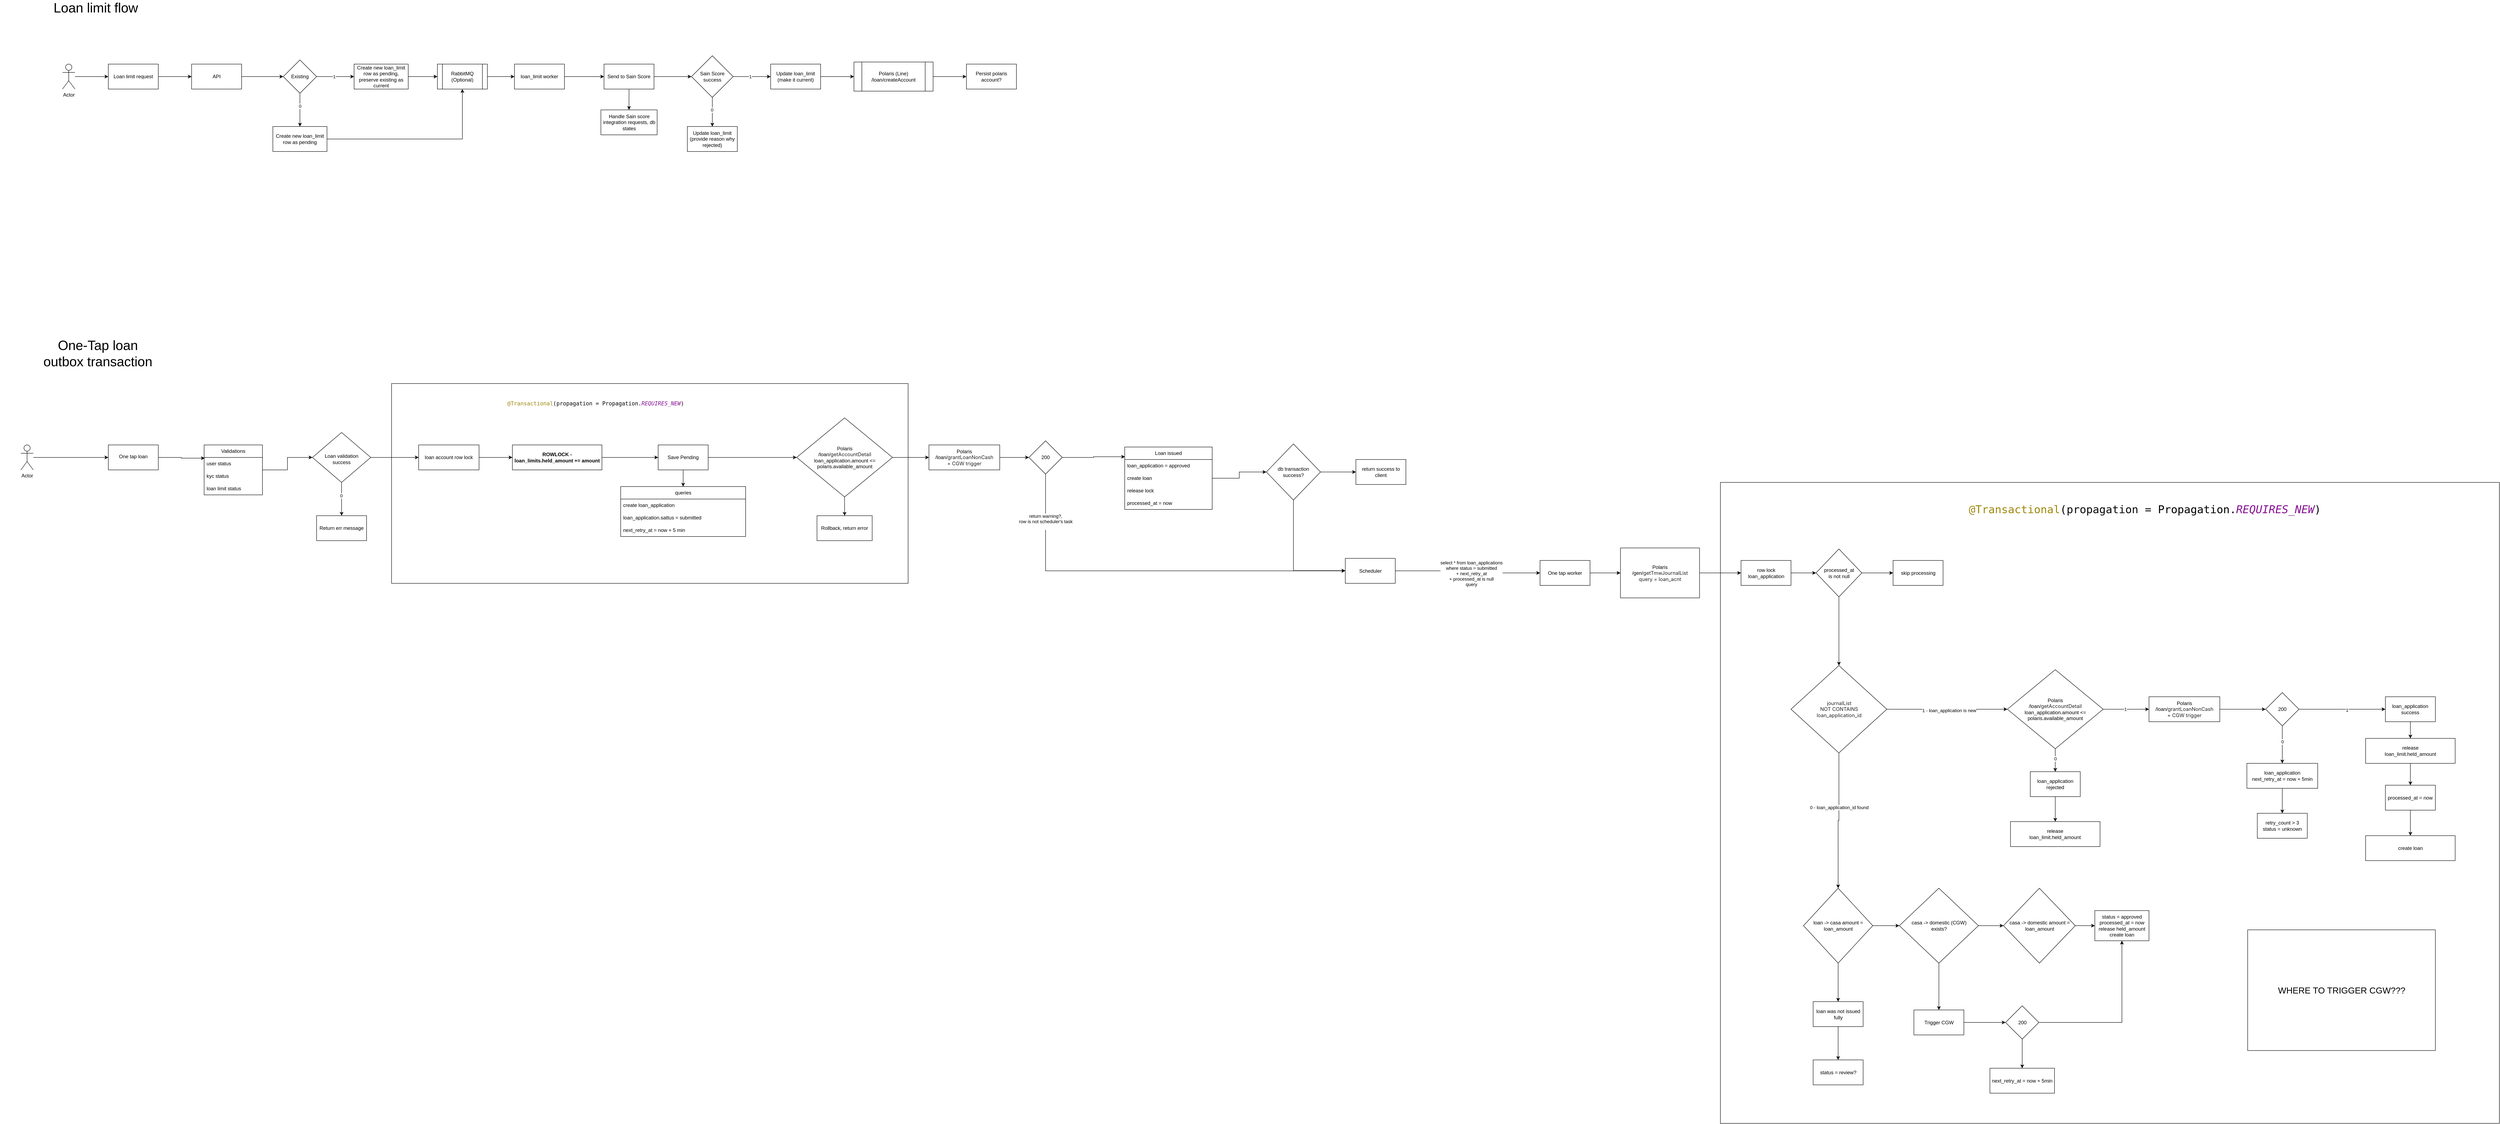
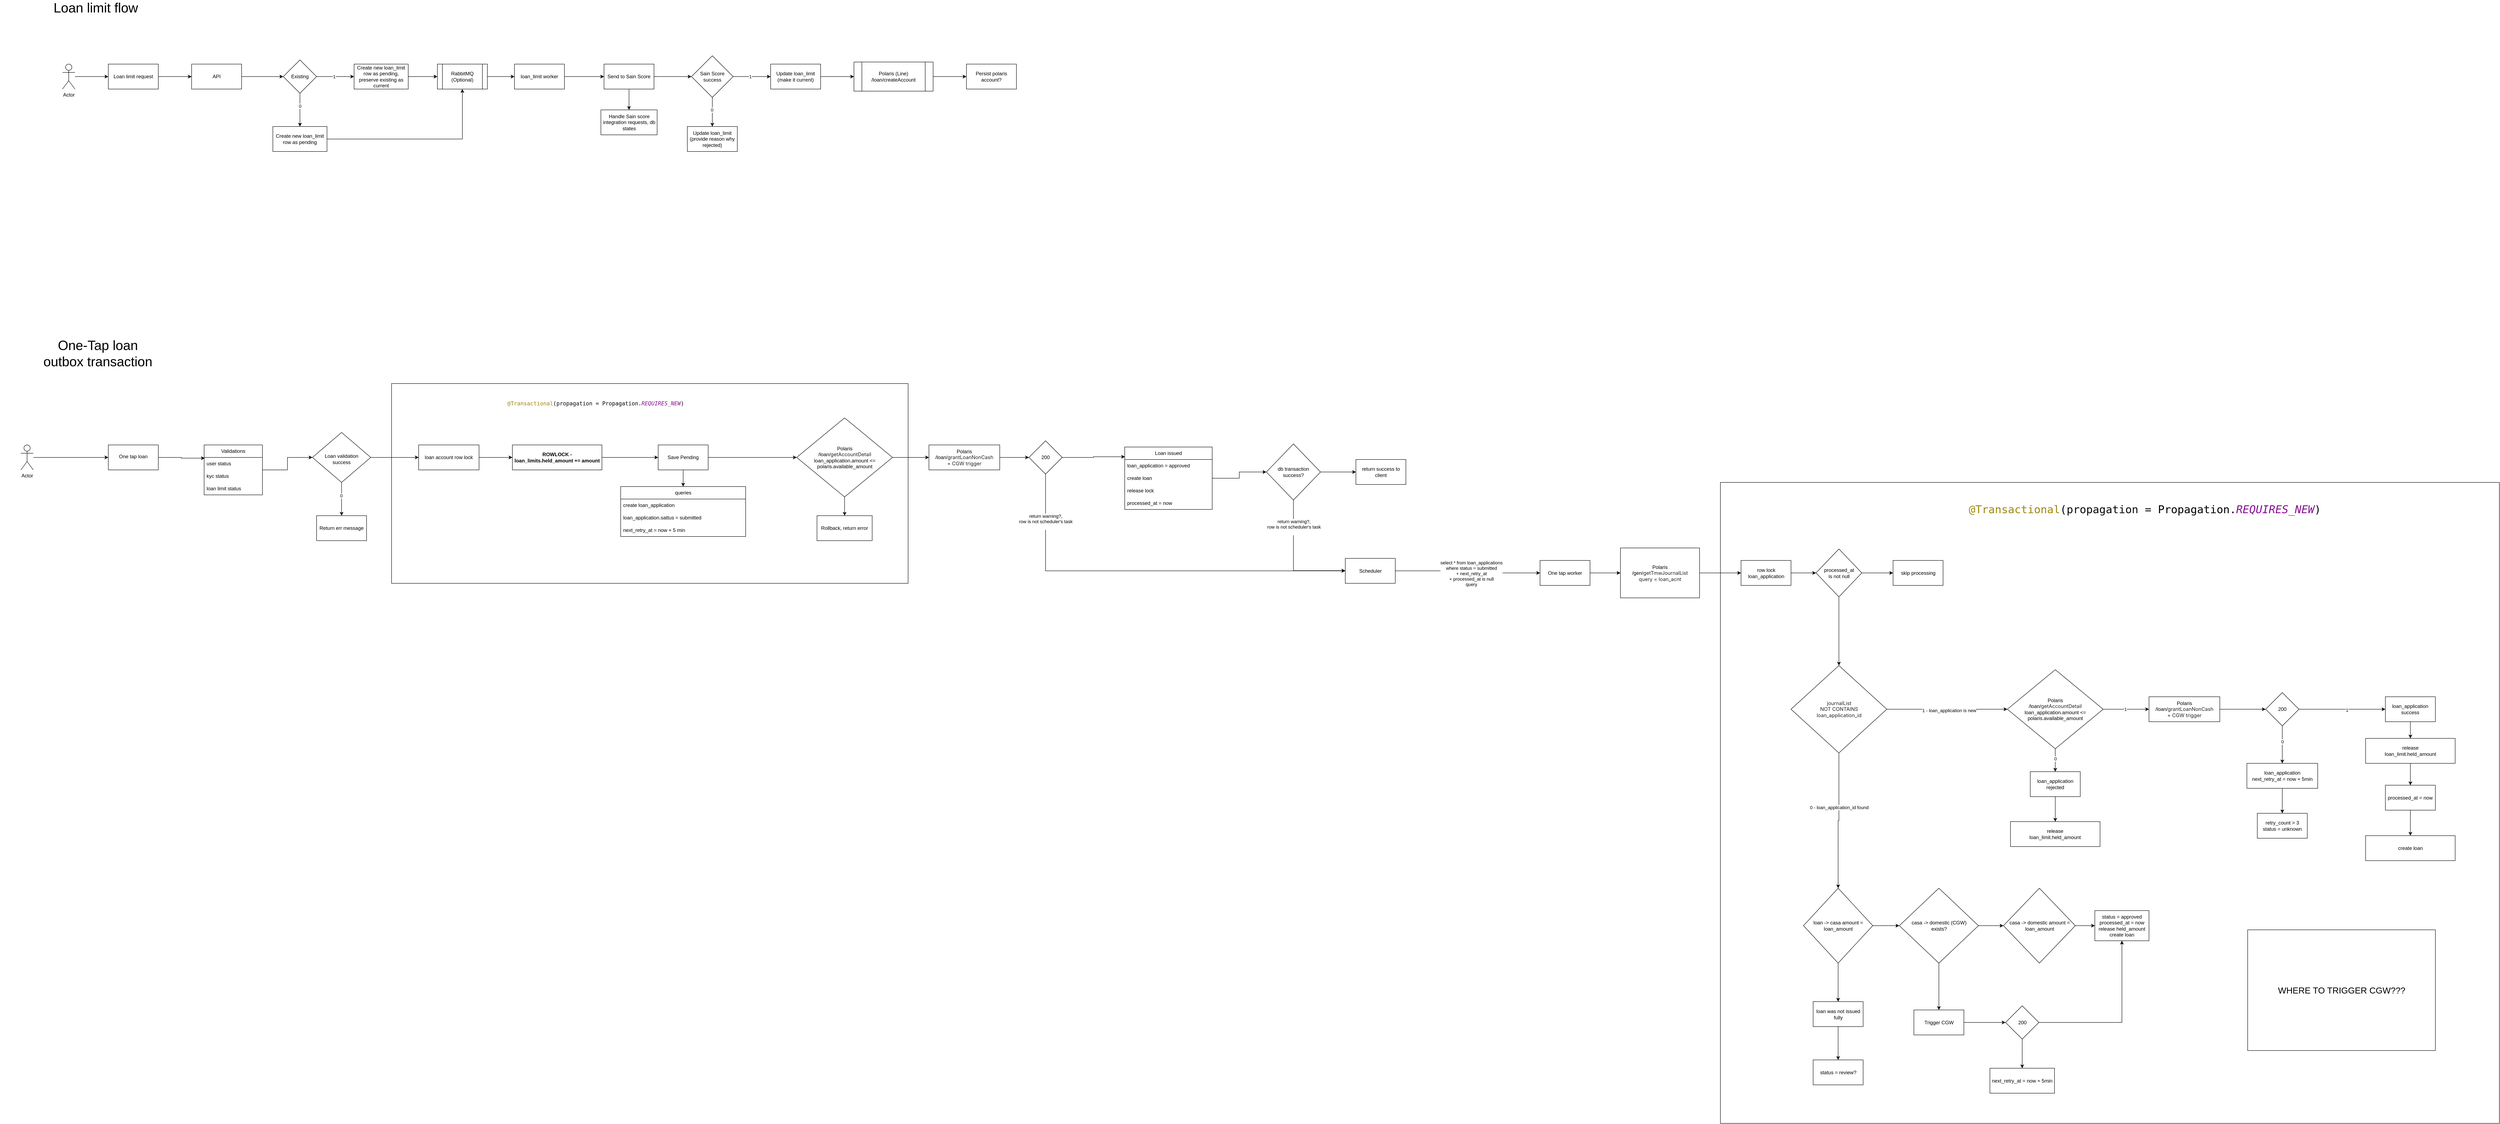
<mxfile host="app.diagrams.net">
  <diagram name="Page-1" id="VCBSuIh8bz7kurrQ0Zaz">
    <mxGraphModel dx="2425" dy="921" grid="1" gridSize="10" guides="1" tooltips="1" connect="1" arrows="1" fold="1" page="1" pageScale="1" pageWidth="850" pageHeight="1100" math="0" shadow="0">
      <root>
        <mxCell id="0" />
        <mxCell id="1" parent="0" />
        <mxCell id="In8fDh9ZLN2M87an2Miy-188" parent="1" style="rounded=0;whiteSpace=wrap;html=1;" value="" vertex="1">
          <mxGeometry height="1540" width="1870" x="4020" y="1215" as="geometry" />
        </mxCell>
        <mxCell id="In8fDh9ZLN2M87an2Miy-172" parent="1" style="rounded=0;whiteSpace=wrap;html=1;" value="" vertex="1">
          <mxGeometry height="480" width="1240" x="830" y="977.5" as="geometry" />
        </mxCell>
        <mxCell id="KqixbsF9o6dLofBvsG9t-5" edge="1" parent="1" source="KqixbsF9o6dLofBvsG9t-1" style="edgeStyle=orthogonalEdgeStyle;rounded=0;orthogonalLoop=1;jettySize=auto;html=1;" target="KqixbsF9o6dLofBvsG9t-4" value="">
          <mxGeometry relative="1" as="geometry" />
        </mxCell>
        <mxCell id="KqixbsF9o6dLofBvsG9t-1" parent="1" style="rounded=0;whiteSpace=wrap;html=1;" value="Loan limit request" vertex="1">
          <mxGeometry height="60" width="120" x="150" y="210" as="geometry" />
        </mxCell>
        <mxCell id="KqixbsF9o6dLofBvsG9t-3" edge="1" parent="1" source="KqixbsF9o6dLofBvsG9t-2" style="edgeStyle=orthogonalEdgeStyle;rounded=0;orthogonalLoop=1;jettySize=auto;html=1;" target="KqixbsF9o6dLofBvsG9t-1" value="">
          <mxGeometry relative="1" as="geometry" />
        </mxCell>
        <mxCell id="KqixbsF9o6dLofBvsG9t-2" parent="1" style="shape=umlActor;verticalLabelPosition=bottom;verticalAlign=top;html=1;outlineConnect=0;" value="Actor" vertex="1">
          <mxGeometry height="60" width="30" x="40" y="210" as="geometry" />
        </mxCell>
        <mxCell id="KqixbsF9o6dLofBvsG9t-9" edge="1" parent="1" source="KqixbsF9o6dLofBvsG9t-4" style="edgeStyle=orthogonalEdgeStyle;rounded=0;orthogonalLoop=1;jettySize=auto;html=1;" target="KqixbsF9o6dLofBvsG9t-8" value="">
          <mxGeometry relative="1" as="geometry" />
        </mxCell>
        <mxCell id="KqixbsF9o6dLofBvsG9t-4" parent="1" style="rounded=0;whiteSpace=wrap;html=1;" value="API" vertex="1">
          <mxGeometry height="60" width="120" x="350" y="210" as="geometry" />
        </mxCell>
        <mxCell id="KqixbsF9o6dLofBvsG9t-11" edge="1" parent="1" source="KqixbsF9o6dLofBvsG9t-8" style="edgeStyle=orthogonalEdgeStyle;rounded=0;orthogonalLoop=1;jettySize=auto;html=1;" target="KqixbsF9o6dLofBvsG9t-10" value="">
          <mxGeometry relative="1" as="geometry" />
        </mxCell>
        <mxCell id="KqixbsF9o6dLofBvsG9t-12" connectable="0" parent="KqixbsF9o6dLofBvsG9t-11" style="edgeLabel;html=1;align=center;verticalAlign=middle;resizable=0;points=[];" value="1" vertex="1">
          <mxGeometry relative="1" x="-0.079" as="geometry">
            <mxPoint as="offset" />
          </mxGeometry>
        </mxCell>
        <mxCell id="KqixbsF9o6dLofBvsG9t-14" edge="1" parent="1" source="KqixbsF9o6dLofBvsG9t-8" style="edgeStyle=orthogonalEdgeStyle;rounded=0;orthogonalLoop=1;jettySize=auto;html=1;" target="KqixbsF9o6dLofBvsG9t-13" value="">
          <mxGeometry relative="1" as="geometry" />
        </mxCell>
        <mxCell id="KqixbsF9o6dLofBvsG9t-15" connectable="0" parent="KqixbsF9o6dLofBvsG9t-14" style="edgeLabel;html=1;align=center;verticalAlign=middle;resizable=0;points=[];" value="0" vertex="1">
          <mxGeometry relative="1" x="-0.2407" as="geometry">
            <mxPoint as="offset" />
          </mxGeometry>
        </mxCell>
        <mxCell id="KqixbsF9o6dLofBvsG9t-8" parent="1" style="rhombus;whiteSpace=wrap;html=1;rounded=0;" value="Existing" vertex="1">
          <mxGeometry height="80" width="80" x="570" y="200" as="geometry" />
        </mxCell>
        <mxCell id="KqixbsF9o6dLofBvsG9t-23" edge="1" parent="1" source="KqixbsF9o6dLofBvsG9t-10" style="edgeStyle=orthogonalEdgeStyle;rounded=0;orthogonalLoop=1;jettySize=auto;html=1;" target="KqixbsF9o6dLofBvsG9t-22" value="">
          <mxGeometry relative="1" as="geometry" />
        </mxCell>
        <mxCell id="KqixbsF9o6dLofBvsG9t-10" parent="1" style="whiteSpace=wrap;html=1;rounded=0;" value="Create new loan_limit row as pending, preserve existing as current" vertex="1">
          <mxGeometry height="60" width="130" x="740" y="210" as="geometry" />
        </mxCell>
        <mxCell id="KqixbsF9o6dLofBvsG9t-26" edge="1" parent="1" source="KqixbsF9o6dLofBvsG9t-13" style="edgeStyle=orthogonalEdgeStyle;rounded=0;orthogonalLoop=1;jettySize=auto;html=1;entryX=0.5;entryY=1;entryDx=0;entryDy=0;" target="KqixbsF9o6dLofBvsG9t-22">
          <mxGeometry relative="1" as="geometry" />
        </mxCell>
        <mxCell id="KqixbsF9o6dLofBvsG9t-13" parent="1" style="whiteSpace=wrap;html=1;rounded=0;" value="Create new loan_limit row as pending" vertex="1">
          <mxGeometry height="60" width="130" x="545" y="360" as="geometry" />
        </mxCell>
        <mxCell id="KqixbsF9o6dLofBvsG9t-25" edge="1" parent="1" source="KqixbsF9o6dLofBvsG9t-22" style="edgeStyle=orthogonalEdgeStyle;rounded=0;orthogonalLoop=1;jettySize=auto;html=1;" target="KqixbsF9o6dLofBvsG9t-24" value="">
          <mxGeometry relative="1" as="geometry" />
        </mxCell>
        <mxCell id="KqixbsF9o6dLofBvsG9t-22" parent="1" style="shape=process;whiteSpace=wrap;html=1;backgroundOutline=1;rounded=0;" value="RabbitMQ (Optional)" vertex="1">
          <mxGeometry height="60" width="120" x="940" y="210" as="geometry" />
        </mxCell>
        <mxCell id="KqixbsF9o6dLofBvsG9t-28" edge="1" parent="1" source="KqixbsF9o6dLofBvsG9t-24" style="edgeStyle=orthogonalEdgeStyle;rounded=0;orthogonalLoop=1;jettySize=auto;html=1;" target="KqixbsF9o6dLofBvsG9t-27" value="">
          <mxGeometry relative="1" as="geometry" />
        </mxCell>
        <mxCell id="KqixbsF9o6dLofBvsG9t-24" parent="1" style="whiteSpace=wrap;html=1;rounded=0;" value="loan_limit worker" vertex="1">
          <mxGeometry height="60" width="120" x="1125" y="210" as="geometry" />
        </mxCell>
        <mxCell id="KqixbsF9o6dLofBvsG9t-30" edge="1" parent="1" source="KqixbsF9o6dLofBvsG9t-27" style="edgeStyle=orthogonalEdgeStyle;rounded=0;orthogonalLoop=1;jettySize=auto;html=1;" target="KqixbsF9o6dLofBvsG9t-29" value="">
          <mxGeometry relative="1" as="geometry" />
        </mxCell>
        <mxCell id="KqixbsF9o6dLofBvsG9t-38" edge="1" parent="1" source="KqixbsF9o6dLofBvsG9t-27" style="edgeStyle=orthogonalEdgeStyle;rounded=0;orthogonalLoop=1;jettySize=auto;html=1;" target="KqixbsF9o6dLofBvsG9t-37" value="">
          <mxGeometry relative="1" as="geometry" />
        </mxCell>
        <mxCell id="KqixbsF9o6dLofBvsG9t-27" parent="1" style="whiteSpace=wrap;html=1;rounded=0;" value="Send to Sain Score" vertex="1">
          <mxGeometry height="60" width="120" x="1340" y="210" as="geometry" />
        </mxCell>
        <mxCell id="KqixbsF9o6dLofBvsG9t-32" edge="1" parent="1" source="KqixbsF9o6dLofBvsG9t-29" style="edgeStyle=orthogonalEdgeStyle;rounded=0;orthogonalLoop=1;jettySize=auto;html=1;" target="KqixbsF9o6dLofBvsG9t-31" value="">
          <mxGeometry relative="1" as="geometry" />
        </mxCell>
        <mxCell id="KqixbsF9o6dLofBvsG9t-33" connectable="0" parent="KqixbsF9o6dLofBvsG9t-32" style="edgeLabel;html=1;align=center;verticalAlign=middle;resizable=0;points=[];" value="1" vertex="1">
          <mxGeometry relative="1" x="-0.1048" as="geometry">
            <mxPoint as="offset" />
          </mxGeometry>
        </mxCell>
        <mxCell id="KqixbsF9o6dLofBvsG9t-35" edge="1" parent="1" source="KqixbsF9o6dLofBvsG9t-29" style="edgeStyle=orthogonalEdgeStyle;rounded=0;orthogonalLoop=1;jettySize=auto;html=1;" target="KqixbsF9o6dLofBvsG9t-34" value="">
          <mxGeometry relative="1" as="geometry" />
        </mxCell>
        <mxCell id="KqixbsF9o6dLofBvsG9t-36" connectable="0" parent="KqixbsF9o6dLofBvsG9t-35" style="edgeLabel;html=1;align=center;verticalAlign=middle;resizable=0;points=[];" value="0" vertex="1">
          <mxGeometry relative="1" x="-0.1429" y="-1" as="geometry">
            <mxPoint as="offset" />
          </mxGeometry>
        </mxCell>
        <mxCell id="KqixbsF9o6dLofBvsG9t-29" parent="1" style="rhombus;whiteSpace=wrap;html=1;rounded=0;" value="Sain Score success" vertex="1">
          <mxGeometry height="100" width="100" x="1550" y="190" as="geometry" />
        </mxCell>
        <mxCell id="KqixbsF9o6dLofBvsG9t-66" edge="1" parent="1" source="KqixbsF9o6dLofBvsG9t-31" style="edgeStyle=orthogonalEdgeStyle;rounded=0;orthogonalLoop=1;jettySize=auto;html=1;" target="KqixbsF9o6dLofBvsG9t-65" value="">
          <mxGeometry relative="1" as="geometry" />
        </mxCell>
        <mxCell id="KqixbsF9o6dLofBvsG9t-31" parent="1" style="whiteSpace=wrap;html=1;rounded=0;" value="Update loan_limit (make it current)" vertex="1">
          <mxGeometry height="60" width="120" x="1740" y="210" as="geometry" />
        </mxCell>
        <mxCell id="KqixbsF9o6dLofBvsG9t-34" parent="1" style="whiteSpace=wrap;html=1;rounded=0;" value="Update loan_limit&lt;br&gt;(provide reason why rejected)" vertex="1">
          <mxGeometry height="60" width="120" x="1540" y="360" as="geometry" />
        </mxCell>
        <mxCell id="KqixbsF9o6dLofBvsG9t-37" parent="1" style="whiteSpace=wrap;html=1;rounded=0;" value="Handle Sain score integration requests, db states" vertex="1">
          <mxGeometry height="60" width="135" x="1332.5" y="320" as="geometry" />
        </mxCell>
        <mxCell id="KqixbsF9o6dLofBvsG9t-40" parent="1" style="text;html=1;whiteSpace=wrap;strokeColor=none;fillColor=none;align=center;verticalAlign=middle;rounded=0;fontSize=32;" value="Loan limit flow" vertex="1">
          <mxGeometry height="30" width="260" x="-10" y="60" as="geometry" />
        </mxCell>
        <mxCell id="KqixbsF9o6dLofBvsG9t-74" edge="1" parent="1" source="KqixbsF9o6dLofBvsG9t-65" style="edgeStyle=orthogonalEdgeStyle;rounded=0;orthogonalLoop=1;jettySize=auto;html=1;" target="KqixbsF9o6dLofBvsG9t-73" value="">
          <mxGeometry relative="1" as="geometry" />
        </mxCell>
        <mxCell id="KqixbsF9o6dLofBvsG9t-65" parent="1" style="shape=process;whiteSpace=wrap;html=1;backgroundOutline=1;rounded=0;" value="Polaris (Line)&lt;br&gt;/loan/createAccount" vertex="1">
          <mxGeometry height="70" width="190" x="1940" y="205" as="geometry" />
        </mxCell>
        <mxCell id="KqixbsF9o6dLofBvsG9t-73" parent="1" style="whiteSpace=wrap;html=1;rounded=0;" value="Persist polaris account?" vertex="1">
          <mxGeometry height="60" width="120" x="2210" y="210" as="geometry" />
        </mxCell>
        <mxCell id="U8Ajh8Gpa-m2DNKNFQys-1" parent="1" style="text;html=1;whiteSpace=wrap;strokeColor=none;fillColor=none;align=center;verticalAlign=middle;rounded=0;fontSize=32;" value="One-Tap loan&lt;br&gt;outbox transaction" vertex="1">
          <mxGeometry height="30" width="470" x="-110" y="890" as="geometry" />
        </mxCell>
        <mxCell id="In8fDh9ZLN2M87an2Miy-1" edge="1" parent="1" source="In8fDh9ZLN2M87an2Miy-2" style="edgeStyle=orthogonalEdgeStyle;rounded=0;orthogonalLoop=1;jettySize=auto;html=1;" target="In8fDh9ZLN2M87an2Miy-4" value="">
          <mxGeometry relative="1" as="geometry" />
        </mxCell>
        <mxCell id="In8fDh9ZLN2M87an2Miy-2" parent="1" style="shape=umlActor;verticalLabelPosition=bottom;verticalAlign=top;html=1;outlineConnect=0;" value="Actor" vertex="1">
          <mxGeometry height="60" width="30" x="-60" y="1125" as="geometry" />
        </mxCell>
        <mxCell id="In8fDh9ZLN2M87an2Miy-3" edge="1" parent="1" source="In8fDh9ZLN2M87an2Miy-4" style="edgeStyle=orthogonalEdgeStyle;rounded=0;orthogonalLoop=1;jettySize=auto;html=1;entryX=0.011;entryY=0.06;entryDx=0;entryDy=0;entryPerimeter=0;" target="In8fDh9ZLN2M87an2Miy-28" value="">
          <mxGeometry relative="1" as="geometry">
            <mxPoint x="360" y="1155" as="targetPoint" />
          </mxGeometry>
        </mxCell>
        <mxCell id="In8fDh9ZLN2M87an2Miy-4" parent="1" style="whiteSpace=wrap;html=1;verticalAlign=top;" value="&lt;div&gt;&lt;br&gt;&lt;/div&gt;&lt;div&gt;One tap loan&lt;/div&gt;" vertex="1">
          <mxGeometry height="60" width="120" x="150" y="1125" as="geometry" />
        </mxCell>
        <mxCell id="In8fDh9ZLN2M87an2Miy-7" edge="1" parent="1" source="In8fDh9ZLN2M87an2Miy-9" style="edgeStyle=orthogonalEdgeStyle;rounded=0;orthogonalLoop=1;jettySize=auto;html=1;" target="In8fDh9ZLN2M87an2Miy-13" value="">
          <mxGeometry relative="1" as="geometry" />
        </mxCell>
        <mxCell id="In8fDh9ZLN2M87an2Miy-8" connectable="0" parent="In8fDh9ZLN2M87an2Miy-7" style="edgeLabel;html=1;align=center;verticalAlign=middle;resizable=0;points=[];" value="0" vertex="1">
          <mxGeometry relative="1" x="-0.2091" y="-1" as="geometry">
            <mxPoint as="offset" />
          </mxGeometry>
        </mxCell>
        <mxCell id="In8fDh9ZLN2M87an2Miy-163" edge="1" parent="1" source="In8fDh9ZLN2M87an2Miy-9" style="edgeStyle=orthogonalEdgeStyle;rounded=0;orthogonalLoop=1;jettySize=auto;html=1;entryX=0;entryY=0.5;entryDx=0;entryDy=0;" target="In8fDh9ZLN2M87an2Miy-161">
          <mxGeometry relative="1" as="geometry" />
        </mxCell>
        <mxCell id="In8fDh9ZLN2M87an2Miy-9" parent="1" style="rhombus;whiteSpace=wrap;html=1;verticalAlign=top;" value="&lt;br&gt;&lt;br&gt;&lt;div&gt;&lt;br&gt;&lt;/div&gt;&lt;div&gt;Loan validation&lt;br&gt;success&lt;/div&gt;" vertex="1">
          <mxGeometry height="120" width="140" x="640" y="1095" as="geometry" />
        </mxCell>
        <mxCell id="In8fDh9ZLN2M87an2Miy-10" edge="1" parent="1" source="In8fDh9ZLN2M87an2Miy-12" style="edgeStyle=orthogonalEdgeStyle;rounded=0;orthogonalLoop=1;jettySize=auto;html=1;entryX=0.5;entryY=0;entryDx=0;entryDy=0;" target="In8fDh9ZLN2M87an2Miy-14">
          <mxGeometry relative="1" as="geometry" />
        </mxCell>
        <mxCell id="In8fDh9ZLN2M87an2Miy-54" edge="1" parent="1" source="In8fDh9ZLN2M87an2Miy-105" style="edgeStyle=orthogonalEdgeStyle;rounded=0;orthogonalLoop=1;jettySize=auto;html=1;exitX=1;exitY=0.5;exitDx=0;exitDy=0;" target="In8fDh9ZLN2M87an2Miy-53" value="">
          <mxGeometry relative="1" as="geometry">
            <mxPoint x="3329.5" y="1432.5" as="sourcePoint" />
          </mxGeometry>
        </mxCell>
        <mxCell id="In8fDh9ZLN2M87an2Miy-55" connectable="0" parent="In8fDh9ZLN2M87an2Miy-54" style="edgeLabel;html=1;align=center;verticalAlign=middle;resizable=0;points=[];" value="select * from loan_applications&lt;br&gt;where status = submitted&lt;br&gt;+ next_retry_at&lt;br&gt;+ processed_at is null&lt;br&gt;query" vertex="1">
          <mxGeometry relative="1" x="0.0637" y="-1" as="geometry">
            <mxPoint as="offset" />
          </mxGeometry>
        </mxCell>
        <mxCell id="In8fDh9ZLN2M87an2Miy-173" edge="1" parent="1" source="In8fDh9ZLN2M87an2Miy-12" style="edgeStyle=orthogonalEdgeStyle;rounded=0;orthogonalLoop=1;jettySize=auto;html=1;entryX=0;entryY=0.5;entryDx=0;entryDy=0;" target="In8fDh9ZLN2M87an2Miy-152">
          <mxGeometry relative="1" as="geometry" />
        </mxCell>
        <mxCell id="In8fDh9ZLN2M87an2Miy-12" parent="1" style="whiteSpace=wrap;html=1;verticalAlign=middle;" value="Save Pending" vertex="1">
          <mxGeometry height="60" width="120" x="1470" y="1125" as="geometry" />
        </mxCell>
        <mxCell id="In8fDh9ZLN2M87an2Miy-13" parent="1" style="whiteSpace=wrap;html=1;verticalAlign=middle;" value="Return err message" vertex="1">
          <mxGeometry height="60" width="120" x="650" y="1295" as="geometry" />
        </mxCell>
        <mxCell id="In8fDh9ZLN2M87an2Miy-14" parent="1" style="swimlane;fontStyle=0;childLayout=stackLayout;horizontal=1;startSize=30;horizontalStack=0;resizeParent=1;resizeParentMax=0;resizeLast=0;collapsible=1;marginBottom=0;whiteSpace=wrap;html=1;" value="queries" vertex="1">
          <mxGeometry height="120" width="300" x="1380" y="1225" as="geometry" />
        </mxCell>
        <mxCell id="In8fDh9ZLN2M87an2Miy-15" parent="In8fDh9ZLN2M87an2Miy-14" style="text;strokeColor=none;fillColor=none;align=left;verticalAlign=middle;spacingLeft=4;spacingRight=4;overflow=hidden;points=[[0,0.5],[1,0.5]];portConstraint=eastwest;rotatable=0;whiteSpace=wrap;html=1;" value="create loan_application" vertex="1">
          <mxGeometry height="30" width="300" y="30" as="geometry" />
        </mxCell>
        <mxCell id="In8fDh9ZLN2M87an2Miy-104" parent="In8fDh9ZLN2M87an2Miy-14" style="text;strokeColor=none;fillColor=none;align=left;verticalAlign=middle;spacingLeft=4;spacingRight=4;overflow=hidden;points=[[0,0.5],[1,0.5]];portConstraint=eastwest;rotatable=0;whiteSpace=wrap;html=1;" value="loan_application.sattus = submitted" vertex="1">
          <mxGeometry height="30" width="300" y="60" as="geometry" />
        </mxCell>
        <mxCell id="In8fDh9ZLN2M87an2Miy-17" parent="In8fDh9ZLN2M87an2Miy-14" style="text;strokeColor=none;fillColor=none;align=left;verticalAlign=middle;spacingLeft=4;spacingRight=4;overflow=hidden;points=[[0,0.5],[1,0.5]];portConstraint=eastwest;rotatable=0;whiteSpace=wrap;html=1;" value="next_retry_at = now + 5 min" vertex="1">
          <mxGeometry height="30" width="300" y="90" as="geometry" />
        </mxCell>
        <mxCell id="In8fDh9ZLN2M87an2Miy-32" edge="1" parent="1" source="In8fDh9ZLN2M87an2Miy-27" style="edgeStyle=orthogonalEdgeStyle;rounded=0;orthogonalLoop=1;jettySize=auto;html=1;entryX=0;entryY=0.5;entryDx=0;entryDy=0;" target="In8fDh9ZLN2M87an2Miy-9">
          <mxGeometry relative="1" as="geometry" />
        </mxCell>
        <mxCell id="In8fDh9ZLN2M87an2Miy-27" parent="1" style="swimlane;fontStyle=0;childLayout=stackLayout;horizontal=1;startSize=30;horizontalStack=0;resizeParent=1;resizeParentMax=0;resizeLast=0;collapsible=1;marginBottom=0;whiteSpace=wrap;html=1;" value="Validations" vertex="1">
          <mxGeometry height="120" width="140" x="380" y="1125" as="geometry" />
        </mxCell>
        <mxCell id="In8fDh9ZLN2M87an2Miy-28" parent="In8fDh9ZLN2M87an2Miy-27" style="text;strokeColor=none;fillColor=none;align=left;verticalAlign=middle;spacingLeft=4;spacingRight=4;overflow=hidden;points=[[0,0.5],[1,0.5]];portConstraint=eastwest;rotatable=0;whiteSpace=wrap;html=1;" value="user status" vertex="1">
          <mxGeometry height="30" width="140" y="30" as="geometry" />
        </mxCell>
        <mxCell id="In8fDh9ZLN2M87an2Miy-29" parent="In8fDh9ZLN2M87an2Miy-27" style="text;strokeColor=none;fillColor=none;align=left;verticalAlign=middle;spacingLeft=4;spacingRight=4;overflow=hidden;points=[[0,0.5],[1,0.5]];portConstraint=eastwest;rotatable=0;whiteSpace=wrap;html=1;" value="kyc status" vertex="1">
          <mxGeometry height="30" width="140" y="60" as="geometry" />
        </mxCell>
        <mxCell id="In8fDh9ZLN2M87an2Miy-33" parent="In8fDh9ZLN2M87an2Miy-27" style="text;strokeColor=none;fillColor=none;align=left;verticalAlign=middle;spacingLeft=4;spacingRight=4;overflow=hidden;points=[[0,0.5],[1,0.5]];portConstraint=eastwest;rotatable=0;whiteSpace=wrap;html=1;" value="loan limit status" vertex="1">
          <mxGeometry height="30" width="140" y="90" as="geometry" />
        </mxCell>
        <mxCell id="In8fDh9ZLN2M87an2Miy-116" edge="1" parent="1" source="In8fDh9ZLN2M87an2Miy-53" style="edgeStyle=orthogonalEdgeStyle;rounded=0;orthogonalLoop=1;jettySize=auto;html=1;entryX=0;entryY=0.5;entryDx=0;entryDy=0;" target="In8fDh9ZLN2M87an2Miy-68">
          <mxGeometry relative="1" as="geometry" />
        </mxCell>
        <mxCell id="In8fDh9ZLN2M87an2Miy-53" parent="1" style="whiteSpace=wrap;html=1;" value="One tap worker" vertex="1">
          <mxGeometry height="60" width="120" x="3587" y="1402.5" as="geometry" />
        </mxCell>
        <mxCell id="In8fDh9ZLN2M87an2Miy-67" edge="1" parent="1" source="In8fDh9ZLN2M87an2Miy-58" style="edgeStyle=orthogonalEdgeStyle;rounded=0;orthogonalLoop=1;jettySize=auto;html=1;entryX=0;entryY=0.5;entryDx=0;entryDy=0;" target="In8fDh9ZLN2M87an2Miy-66" value="">
          <mxGeometry relative="1" as="geometry">
            <mxPoint x="5343.87" y="1760" as="targetPoint" />
          </mxGeometry>
        </mxCell>
        <mxCell id="In8fDh9ZLN2M87an2Miy-58" parent="1" style="whiteSpace=wrap;html=1;" value="Polaris /loan/&lt;span style=&quot;color: rgb(33, 33, 33); font-family: Inter, system-ui, -apple-system, &amp;quot;system-ui&amp;quot;, &amp;quot;Segoe UI&amp;quot;, Roboto, Oxygen, Ubuntu, Cantarell, &amp;quot;Fira Sans&amp;quot;, &amp;quot;Droid Sans&amp;quot;, Helvetica, Arial, sans-serif; text-align: left; white-space: pre-wrap; background-color: rgb(255, 255, 255);&quot;&gt;grantLoanNonCash&lt;br/&gt;+ CGW trigger&lt;/span&gt;" vertex="1">
          <mxGeometry height="60" width="170" x="5048.87" y="1730" as="geometry" />
        </mxCell>
        <mxCell id="In8fDh9ZLN2M87an2Miy-62" edge="1" parent="1" source="In8fDh9ZLN2M87an2Miy-59" style="edgeStyle=orthogonalEdgeStyle;rounded=0;orthogonalLoop=1;jettySize=auto;html=1;" target="In8fDh9ZLN2M87an2Miy-61" value="">
          <mxGeometry relative="1" as="geometry" />
        </mxCell>
        <mxCell id="In8fDh9ZLN2M87an2Miy-91" connectable="0" parent="In8fDh9ZLN2M87an2Miy-62" style="edgeLabel;html=1;align=center;verticalAlign=middle;resizable=0;points=[];" value="0" vertex="1">
          <mxGeometry relative="1" x="-0.1431" as="geometry">
            <mxPoint as="offset" />
          </mxGeometry>
        </mxCell>
        <mxCell id="In8fDh9ZLN2M87an2Miy-65" edge="1" parent="1" source="In8fDh9ZLN2M87an2Miy-59" style="edgeStyle=orthogonalEdgeStyle;rounded=0;orthogonalLoop=1;jettySize=auto;html=1;" target="In8fDh9ZLN2M87an2Miy-58">
          <mxGeometry relative="1" as="geometry" />
        </mxCell>
        <mxCell id="In8fDh9ZLN2M87an2Miy-90" connectable="0" parent="In8fDh9ZLN2M87an2Miy-65" style="edgeLabel;html=1;align=center;verticalAlign=middle;resizable=0;points=[];" value="1" vertex="1">
          <mxGeometry relative="1" x="-0.0451" as="geometry">
            <mxPoint as="offset" />
          </mxGeometry>
        </mxCell>
        <mxCell id="In8fDh9ZLN2M87an2Miy-59" parent="1" style="rhombus;whiteSpace=wrap;html=1;" value="Polaris&lt;br&gt;/loan/&lt;span style=&quot;color: rgb(33, 33, 33); font-family: Inter, system-ui, -apple-system, &amp;quot;system-ui&amp;quot;, &amp;quot;Segoe UI&amp;quot;, Roboto, Oxygen, Ubuntu, Cantarell, &amp;quot;Fira Sans&amp;quot;, &amp;quot;Droid Sans&amp;quot;, Helvetica, Arial, sans-serif; text-align: left; white-space: pre-wrap; background-color: rgb(255, 255, 255);&quot;&gt;getAccountDetail&lt;/span&gt;&lt;br&gt;loan_application.amount &amp;lt;= polaris.available_amount" vertex="1">
          <mxGeometry height="190" width="230" x="4708.87" y="1665" as="geometry" />
        </mxCell>
        <mxCell id="In8fDh9ZLN2M87an2Miy-64" edge="1" parent="1" source="In8fDh9ZLN2M87an2Miy-61" style="edgeStyle=orthogonalEdgeStyle;rounded=0;orthogonalLoop=1;jettySize=auto;html=1;" target="In8fDh9ZLN2M87an2Miy-63" value="">
          <mxGeometry relative="1" as="geometry" />
        </mxCell>
        <mxCell id="In8fDh9ZLN2M87an2Miy-61" parent="1" style="whiteSpace=wrap;html=1;" value="loan_application&lt;br&gt;rejected" vertex="1">
          <mxGeometry height="60" width="120" x="4763.87" y="1910" as="geometry" />
        </mxCell>
        <mxCell id="In8fDh9ZLN2M87an2Miy-63" parent="1" style="whiteSpace=wrap;html=1;" value="release &lt;br&gt;loan_limit.held_amount" vertex="1">
          <mxGeometry height="60" width="215" x="4716.37" y="2030" as="geometry" />
        </mxCell>
        <mxCell id="In8fDh9ZLN2M87an2Miy-81" edge="1" parent="1" source="In8fDh9ZLN2M87an2Miy-66" style="edgeStyle=orthogonalEdgeStyle;rounded=0;orthogonalLoop=1;jettySize=auto;html=1;entryX=0;entryY=0.5;entryDx=0;entryDy=0;" target="In8fDh9ZLN2M87an2Miy-79">
          <mxGeometry relative="1" as="geometry" />
        </mxCell>
        <mxCell id="In8fDh9ZLN2M87an2Miy-92" connectable="0" parent="In8fDh9ZLN2M87an2Miy-81" style="edgeLabel;html=1;align=center;verticalAlign=middle;resizable=0;points=[];" value="1" vertex="1">
          <mxGeometry relative="1" x="0.1055" y="-2" as="geometry">
            <mxPoint as="offset" />
          </mxGeometry>
        </mxCell>
        <mxCell id="In8fDh9ZLN2M87an2Miy-83" edge="1" parent="1" source="In8fDh9ZLN2M87an2Miy-66" style="edgeStyle=orthogonalEdgeStyle;rounded=0;orthogonalLoop=1;jettySize=auto;html=1;" target="In8fDh9ZLN2M87an2Miy-82" value="">
          <mxGeometry relative="1" as="geometry" />
        </mxCell>
        <mxCell id="In8fDh9ZLN2M87an2Miy-93" connectable="0" parent="In8fDh9ZLN2M87an2Miy-83" style="edgeLabel;html=1;align=center;verticalAlign=middle;resizable=0;points=[];" value="0" vertex="1">
          <mxGeometry relative="1" x="-0.1623" as="geometry">
            <mxPoint as="offset" />
          </mxGeometry>
        </mxCell>
        <mxCell id="In8fDh9ZLN2M87an2Miy-66" parent="1" style="rhombus;whiteSpace=wrap;html=1;" value="200" vertex="1">
          <mxGeometry height="80" width="80" x="5328.87" y="1720" as="geometry" />
        </mxCell>
        <mxCell id="In8fDh9ZLN2M87an2Miy-119" edge="1" parent="1" source="In8fDh9ZLN2M87an2Miy-68" style="edgeStyle=orthogonalEdgeStyle;rounded=0;orthogonalLoop=1;jettySize=auto;html=1;" target="In8fDh9ZLN2M87an2Miy-118" value="">
          <mxGeometry relative="1" as="geometry" />
        </mxCell>
        <mxCell id="In8fDh9ZLN2M87an2Miy-68" parent="1" style="whiteSpace=wrap;html=1;" value="Polaris&lt;br&gt;/gen/&lt;span style=&quot;white-space: pre-wrap; color: rgb(33, 33, 33); font-family: Inter, system-ui, -apple-system, &amp;quot;system-ui&amp;quot;, &amp;quot;Segoe UI&amp;quot;, Roboto, Oxygen, Ubuntu, Cantarell, &amp;quot;Fira Sans&amp;quot;, &amp;quot;Droid Sans&amp;quot;, Helvetica, Arial, sans-serif; text-align: left; background-color: rgb(255, 255, 255);&quot;&gt;getTmwJournalList&lt;br&gt;query = loan_acnt&lt;/span&gt;" vertex="1">
          <mxGeometry height="120" width="190" x="3780" y="1372.5" as="geometry" />
        </mxCell>
        <mxCell id="In8fDh9ZLN2M87an2Miy-71" edge="1" parent="1" source="In8fDh9ZLN2M87an2Miy-69" style="edgeStyle=orthogonalEdgeStyle;rounded=0;orthogonalLoop=1;jettySize=auto;html=1;entryX=0;entryY=0.5;entryDx=0;entryDy=0;" target="In8fDh9ZLN2M87an2Miy-59">
          <mxGeometry relative="1" as="geometry" />
        </mxCell>
        <mxCell id="In8fDh9ZLN2M87an2Miy-77" connectable="0" parent="In8fDh9ZLN2M87an2Miy-71" style="edgeLabel;html=1;align=center;verticalAlign=middle;resizable=0;points=[];" value="1 - loan_application is new" vertex="1">
          <mxGeometry relative="1" x="0.0312" y="-3" as="geometry">
            <mxPoint as="offset" />
          </mxGeometry>
        </mxCell>
        <mxCell id="In8fDh9ZLN2M87an2Miy-73" edge="1" parent="1" source="In8fDh9ZLN2M87an2Miy-69" style="edgeStyle=orthogonalEdgeStyle;rounded=0;orthogonalLoop=1;jettySize=auto;html=1;entryX=0.5;entryY=0;entryDx=0;entryDy=0;" target="In8fDh9ZLN2M87an2Miy-111" value="">
          <mxGeometry relative="1" as="geometry">
            <mxPoint x="4303.87" y="1960" as="targetPoint" />
          </mxGeometry>
        </mxCell>
        <mxCell id="In8fDh9ZLN2M87an2Miy-74" connectable="0" parent="In8fDh9ZLN2M87an2Miy-73" style="edgeLabel;html=1;align=center;verticalAlign=middle;resizable=0;points=[];" value="0 - loan_application_id found" vertex="1">
          <mxGeometry relative="1" x="-0.1975" as="geometry">
            <mxPoint as="offset" />
          </mxGeometry>
        </mxCell>
        <mxCell id="In8fDh9ZLN2M87an2Miy-69" parent="1" style="rhombus;whiteSpace=wrap;html=1;verticalAlign=middle;" value="&lt;div style=&quot;text-align: center;&quot;&gt;&lt;span style=&quot;background-color: light-dark(rgb(255, 255, 255), rgb(18, 18, 18)); color: light-dark(rgb(33, 33, 33), rgb(209, 209, 209)); font-family: Inter, system-ui, -apple-system, &amp;quot;system-ui&amp;quot;, &amp;quot;Segoe UI&amp;quot;, Roboto, Oxygen, Ubuntu, Cantarell, &amp;quot;Fira Sans&amp;quot;, &amp;quot;Droid Sans&amp;quot;, Helvetica, Arial, sans-serif; text-align: left; white-space: pre-wrap;&quot;&gt;journalList&lt;br&gt;NOT CONTAINS&lt;/span&gt;&lt;/div&gt;&lt;span style=&quot;white-space: pre-wrap; color: rgb(33, 33, 33); font-family: Inter, system-ui, -apple-system, &amp;quot;system-ui&amp;quot;, &amp;quot;Segoe UI&amp;quot;, Roboto, Oxygen, Ubuntu, Cantarell, &amp;quot;Fira Sans&amp;quot;, &amp;quot;Droid Sans&amp;quot;, Helvetica, Arial, sans-serif; text-align: left; background-color: rgb(255, 255, 255);&quot;&gt;loan_application_id&lt;/span&gt;" vertex="1">
          <mxGeometry height="210" width="230" x="4189.5" y="1655" as="geometry" />
        </mxCell>
        <mxCell id="In8fDh9ZLN2M87an2Miy-78" edge="1" parent="1" source="In8fDh9ZLN2M87an2Miy-79" style="edgeStyle=orthogonalEdgeStyle;rounded=0;orthogonalLoop=1;jettySize=auto;html=1;" target="In8fDh9ZLN2M87an2Miy-80" value="">
          <mxGeometry relative="1" as="geometry" />
        </mxCell>
        <mxCell id="In8fDh9ZLN2M87an2Miy-79" parent="1" style="whiteSpace=wrap;html=1;" value="loan_application&lt;br&gt;success" vertex="1">
          <mxGeometry height="60" width="120" x="5616.37" y="1730" as="geometry" />
        </mxCell>
        <mxCell id="In8fDh9ZLN2M87an2Miy-132" edge="1" parent="1" source="In8fDh9ZLN2M87an2Miy-80" style="edgeStyle=orthogonalEdgeStyle;rounded=0;orthogonalLoop=1;jettySize=auto;html=1;" target="In8fDh9ZLN2M87an2Miy-131" value="">
          <mxGeometry relative="1" as="geometry" />
        </mxCell>
        <mxCell id="In8fDh9ZLN2M87an2Miy-80" parent="1" style="whiteSpace=wrap;html=1;" value="release &lt;br&gt;loan_limit.held_amount" vertex="1">
          <mxGeometry height="60" width="215" x="5568.87" y="1830" as="geometry" />
        </mxCell>
        <mxCell id="In8fDh9ZLN2M87an2Miy-95" edge="1" parent="1" source="In8fDh9ZLN2M87an2Miy-82" style="edgeStyle=orthogonalEdgeStyle;rounded=0;orthogonalLoop=1;jettySize=auto;html=1;" target="In8fDh9ZLN2M87an2Miy-94" value="">
          <mxGeometry relative="1" as="geometry" />
        </mxCell>
        <mxCell id="In8fDh9ZLN2M87an2Miy-82" parent="1" style="whiteSpace=wrap;html=1;" value="loan_application&lt;br&gt;next_retry_at = now + 5min" vertex="1">
          <mxGeometry height="60" width="170" x="5283.87" y="1890" as="geometry" />
        </mxCell>
        <mxCell id="In8fDh9ZLN2M87an2Miy-88" parent="1" style="whiteSpace=wrap;html=1;" value="create loan" vertex="1">
          <mxGeometry height="60" width="215" x="5568.87" y="2063.75" as="geometry" />
        </mxCell>
        <mxCell id="In8fDh9ZLN2M87an2Miy-94" parent="1" style="whiteSpace=wrap;html=1;" value="retry_count &amp;gt; 3&lt;br&gt;status = unknown" vertex="1">
          <mxGeometry height="60" width="120" x="5308.87" y="2010" as="geometry" />
        </mxCell>
        <mxCell id="In8fDh9ZLN2M87an2Miy-105" parent="1" style="rounded=0;whiteSpace=wrap;html=1;" value="Scheduler" vertex="1">
          <mxGeometry height="60" width="120" x="3119.5" y="1397.5" as="geometry" />
        </mxCell>
        <mxCell id="In8fDh9ZLN2M87an2Miy-127" edge="1" parent="1" source="In8fDh9ZLN2M87an2Miy-111" style="edgeStyle=orthogonalEdgeStyle;rounded=0;orthogonalLoop=1;jettySize=auto;html=1;" target="In8fDh9ZLN2M87an2Miy-126" value="">
          <mxGeometry relative="1" as="geometry" />
        </mxCell>
        <mxCell id="In8fDh9ZLN2M87an2Miy-135" edge="1" parent="1" source="In8fDh9ZLN2M87an2Miy-111" style="edgeStyle=orthogonalEdgeStyle;rounded=0;orthogonalLoop=1;jettySize=auto;html=1;entryX=0;entryY=0.5;entryDx=0;entryDy=0;" target="In8fDh9ZLN2M87an2Miy-134">
          <mxGeometry relative="1" as="geometry" />
        </mxCell>
        <mxCell id="In8fDh9ZLN2M87an2Miy-111" parent="1" style="rhombus;whiteSpace=wrap;html=1;" value="loan -&amp;gt; casa amount = loan_amount" vertex="1">
          <mxGeometry height="180" width="166.25" x="4219.5" y="2190" as="geometry" />
        </mxCell>
        <mxCell id="In8fDh9ZLN2M87an2Miy-113" parent="1" style="whiteSpace=wrap;html=1;" value="status = approved&lt;br&gt;processed_at = now&lt;br&gt;release held_amount&lt;br&gt;create loan" vertex="1">
          <mxGeometry height="72.5" width="130" x="4918.87" y="2243.75" as="geometry" />
        </mxCell>
        <mxCell id="In8fDh9ZLN2M87an2Miy-122" edge="1" parent="1" source="In8fDh9ZLN2M87an2Miy-118" style="edgeStyle=orthogonalEdgeStyle;rounded=0;orthogonalLoop=1;jettySize=auto;html=1;" target="In8fDh9ZLN2M87an2Miy-121" value="">
          <mxGeometry relative="1" as="geometry" />
        </mxCell>
        <mxCell id="In8fDh9ZLN2M87an2Miy-118" parent="1" style="whiteSpace=wrap;html=1;" value="row lock&lt;br&gt;loan_application" vertex="1">
          <mxGeometry height="60" width="120" x="4069.5" y="1402.5" as="geometry" />
        </mxCell>
        <mxCell id="In8fDh9ZLN2M87an2Miy-124" edge="1" parent="1" source="In8fDh9ZLN2M87an2Miy-121" style="edgeStyle=orthogonalEdgeStyle;rounded=0;orthogonalLoop=1;jettySize=auto;html=1;" target="In8fDh9ZLN2M87an2Miy-123" value="">
          <mxGeometry relative="1" as="geometry" />
        </mxCell>
        <mxCell id="In8fDh9ZLN2M87an2Miy-125" edge="1" parent="1" source="In8fDh9ZLN2M87an2Miy-121" style="edgeStyle=orthogonalEdgeStyle;rounded=0;orthogonalLoop=1;jettySize=auto;html=1;entryX=0.5;entryY=0;entryDx=0;entryDy=0;" target="In8fDh9ZLN2M87an2Miy-69">
          <mxGeometry relative="1" as="geometry" />
        </mxCell>
        <mxCell id="In8fDh9ZLN2M87an2Miy-121" parent="1" style="rhombus;whiteSpace=wrap;html=1;" value="processed_at &lt;br&gt;is not null" vertex="1">
          <mxGeometry height="115" width="110" x="4249.5" y="1375" as="geometry" />
        </mxCell>
        <mxCell id="In8fDh9ZLN2M87an2Miy-123" parent="1" style="whiteSpace=wrap;html=1;" value="skip processing" vertex="1">
          <mxGeometry height="60" width="120" x="4434.5" y="1402.5" as="geometry" />
        </mxCell>
        <mxCell id="In8fDh9ZLN2M87an2Miy-129" edge="1" parent="1" source="In8fDh9ZLN2M87an2Miy-126" style="edgeStyle=orthogonalEdgeStyle;rounded=0;orthogonalLoop=1;jettySize=auto;html=1;" target="In8fDh9ZLN2M87an2Miy-128" value="">
          <mxGeometry relative="1" as="geometry" />
        </mxCell>
        <mxCell id="In8fDh9ZLN2M87an2Miy-126" parent="1" style="whiteSpace=wrap;html=1;" value="loan was not issued fully" vertex="1">
          <mxGeometry height="60" width="120" x="4242.625" y="2462.5" as="geometry" />
        </mxCell>
        <mxCell id="In8fDh9ZLN2M87an2Miy-128" parent="1" style="whiteSpace=wrap;html=1;" value="status = review?" vertex="1">
          <mxGeometry height="60" width="120" x="4242.625" y="2602.5" as="geometry" />
        </mxCell>
        <mxCell id="In8fDh9ZLN2M87an2Miy-130" parent="1" style="rounded=0;whiteSpace=wrap;html=1;fontSize=21;" value="WHERE TO TRIGGER CGW???" vertex="1">
          <mxGeometry height="290" width="450.63" x="5285.74" y="2290" as="geometry" />
        </mxCell>
        <mxCell id="In8fDh9ZLN2M87an2Miy-133" edge="1" parent="1" source="In8fDh9ZLN2M87an2Miy-131" style="edgeStyle=orthogonalEdgeStyle;rounded=0;orthogonalLoop=1;jettySize=auto;html=1;" target="In8fDh9ZLN2M87an2Miy-88" value="">
          <mxGeometry relative="1" as="geometry" />
        </mxCell>
        <mxCell id="In8fDh9ZLN2M87an2Miy-131" parent="1" style="whiteSpace=wrap;html=1;" value="processed_at = now" vertex="1">
          <mxGeometry height="60" width="120" x="5616.37" y="1942.5" as="geometry" />
        </mxCell>
        <mxCell id="In8fDh9ZLN2M87an2Miy-141" edge="1" parent="1" source="In8fDh9ZLN2M87an2Miy-134" style="edgeStyle=orthogonalEdgeStyle;rounded=0;orthogonalLoop=1;jettySize=auto;html=1;entryX=0;entryY=0.5;entryDx=0;entryDy=0;" target="In8fDh9ZLN2M87an2Miy-139">
          <mxGeometry relative="1" as="geometry" />
        </mxCell>
        <mxCell id="In8fDh9ZLN2M87an2Miy-145" edge="1" parent="1" source="In8fDh9ZLN2M87an2Miy-134" style="edgeStyle=orthogonalEdgeStyle;rounded=0;orthogonalLoop=1;jettySize=auto;html=1;" target="In8fDh9ZLN2M87an2Miy-144" value="">
          <mxGeometry relative="1" as="geometry" />
        </mxCell>
        <mxCell id="In8fDh9ZLN2M87an2Miy-134" parent="1" style="rhombus;whiteSpace=wrap;html=1;" value="casa -&amp;gt; domestic (CGW)&lt;br&gt;exists?" vertex="1">
          <mxGeometry height="180" width="190" x="4449.5" y="2190" as="geometry" />
        </mxCell>
        <mxCell id="In8fDh9ZLN2M87an2Miy-142" edge="1" parent="1" source="In8fDh9ZLN2M87an2Miy-139" style="edgeStyle=orthogonalEdgeStyle;rounded=0;orthogonalLoop=1;jettySize=auto;html=1;entryX=0;entryY=0.5;entryDx=0;entryDy=0;" target="In8fDh9ZLN2M87an2Miy-113">
          <mxGeometry relative="1" as="geometry" />
        </mxCell>
        <mxCell id="In8fDh9ZLN2M87an2Miy-139" parent="1" style="rhombus;whiteSpace=wrap;html=1;" value="casa -&amp;gt; domestic amount = loan_amount" vertex="1">
          <mxGeometry height="180" width="172.5" x="4699.5" y="2190" as="geometry" />
        </mxCell>
        <mxCell id="In8fDh9ZLN2M87an2Miy-147" edge="1" parent="1" source="In8fDh9ZLN2M87an2Miy-144" style="edgeStyle=orthogonalEdgeStyle;rounded=0;orthogonalLoop=1;jettySize=auto;html=1;" target="In8fDh9ZLN2M87an2Miy-146" value="">
          <mxGeometry relative="1" as="geometry" />
        </mxCell>
        <mxCell id="In8fDh9ZLN2M87an2Miy-144" parent="1" style="whiteSpace=wrap;html=1;" value="Trigger CGW" vertex="1">
          <mxGeometry height="60" width="120" x="4484.5" y="2482.5" as="geometry" />
        </mxCell>
        <mxCell id="In8fDh9ZLN2M87an2Miy-148" edge="1" parent="1" source="In8fDh9ZLN2M87an2Miy-146" style="edgeStyle=orthogonalEdgeStyle;rounded=0;orthogonalLoop=1;jettySize=auto;html=1;entryX=0.5;entryY=1;entryDx=0;entryDy=0;" target="In8fDh9ZLN2M87an2Miy-113">
          <mxGeometry relative="1" as="geometry" />
        </mxCell>
        <mxCell id="In8fDh9ZLN2M87an2Miy-150" edge="1" parent="1" source="In8fDh9ZLN2M87an2Miy-146" style="edgeStyle=orthogonalEdgeStyle;rounded=0;orthogonalLoop=1;jettySize=auto;html=1;" target="In8fDh9ZLN2M87an2Miy-149" value="">
          <mxGeometry relative="1" as="geometry" />
        </mxCell>
        <mxCell id="In8fDh9ZLN2M87an2Miy-146" parent="1" style="rhombus;whiteSpace=wrap;html=1;" value="200" vertex="1">
          <mxGeometry height="80" width="80" x="4704.5" y="2472.5" as="geometry" />
        </mxCell>
        <mxCell id="In8fDh9ZLN2M87an2Miy-149" parent="1" style="whiteSpace=wrap;html=1;" value="next_retry_at = now + 5min" vertex="1">
          <mxGeometry height="60" width="155" x="4667" y="2622.5" as="geometry" />
        </mxCell>
        <mxCell id="In8fDh9ZLN2M87an2Miy-154" edge="1" parent="1" source="In8fDh9ZLN2M87an2Miy-152" style="edgeStyle=orthogonalEdgeStyle;rounded=0;orthogonalLoop=1;jettySize=auto;html=1;entryX=0;entryY=0.5;entryDx=0;entryDy=0;" target="In8fDh9ZLN2M87an2Miy-153">
          <mxGeometry relative="1" as="geometry" />
        </mxCell>
        <mxCell id="In8fDh9ZLN2M87an2Miy-176" edge="1" parent="1" source="In8fDh9ZLN2M87an2Miy-152" style="edgeStyle=orthogonalEdgeStyle;rounded=0;orthogonalLoop=1;jettySize=auto;html=1;" target="In8fDh9ZLN2M87an2Miy-175" value="">
          <mxGeometry relative="1" as="geometry" />
        </mxCell>
        <mxCell id="In8fDh9ZLN2M87an2Miy-152" parent="1" style="rhombus;whiteSpace=wrap;html=1;" value="Polaris&lt;br&gt;/loan/&lt;span style=&quot;color: rgb(33, 33, 33); font-family: Inter, system-ui, -apple-system, &amp;quot;system-ui&amp;quot;, &amp;quot;Segoe UI&amp;quot;, Roboto, Oxygen, Ubuntu, Cantarell, &amp;quot;Fira Sans&amp;quot;, &amp;quot;Droid Sans&amp;quot;, Helvetica, Arial, sans-serif; text-align: left; white-space: pre-wrap; background-color: rgb(255, 255, 255);&quot;&gt;getAccountDetail&lt;/span&gt;&lt;br&gt;loan_application.amount &amp;lt;= polaris.available_amount" vertex="1">
          <mxGeometry height="190" width="230" x="1802.5" y="1060" as="geometry" />
        </mxCell>
        <mxCell id="In8fDh9ZLN2M87an2Miy-158" edge="1" parent="1" source="In8fDh9ZLN2M87an2Miy-153" style="edgeStyle=orthogonalEdgeStyle;rounded=0;orthogonalLoop=1;jettySize=auto;html=1;entryX=0;entryY=0.5;entryDx=0;entryDy=0;" target="In8fDh9ZLN2M87an2Miy-157">
          <mxGeometry relative="1" as="geometry" />
        </mxCell>
        <mxCell id="In8fDh9ZLN2M87an2Miy-153" parent="1" style="whiteSpace=wrap;html=1;" value="Polaris /loan/&lt;span style=&quot;color: rgb(33, 33, 33); font-family: Inter, system-ui, -apple-system, &amp;quot;system-ui&amp;quot;, &amp;quot;Segoe UI&amp;quot;, Roboto, Oxygen, Ubuntu, Cantarell, &amp;quot;Fira Sans&amp;quot;, &amp;quot;Droid Sans&amp;quot;, Helvetica, Arial, sans-serif; text-align: left; white-space: pre-wrap; background-color: rgb(255, 255, 255);&quot;&gt;grantLoanNonCash&lt;br/&gt;+ CGW trigger&lt;/span&gt;" vertex="1">
          <mxGeometry height="60" width="170" x="2120" y="1125" as="geometry" />
        </mxCell>
        <mxCell id="In8fDh9ZLN2M87an2Miy-177" edge="1" parent="1" source="In8fDh9ZLN2M87an2Miy-157" style="edgeStyle=orthogonalEdgeStyle;rounded=0;orthogonalLoop=1;jettySize=auto;html=1;entryX=0;entryY=0.5;entryDx=0;entryDy=0;" target="In8fDh9ZLN2M87an2Miy-105">
          <mxGeometry relative="1" as="geometry">
            <Array as="points">
              <mxPoint x="2400" y="1427" />
            </Array>
            <mxPoint x="2809.5" y="1427.5" as="targetPoint" />
          </mxGeometry>
        </mxCell>
        <mxCell id="In8fDh9ZLN2M87an2Miy-192" connectable="0" parent="In8fDh9ZLN2M87an2Miy-177" style="edgeLabel;html=1;align=center;verticalAlign=middle;resizable=0;points=[];" value="return warning?,&lt;br&gt;row is not scheduler&#39;s task&lt;div&gt;&lt;br&gt;&lt;/div&gt;" vertex="1">
          <mxGeometry relative="1" x="-0.7641" as="geometry">
            <mxPoint y="1" as="offset" />
          </mxGeometry>
        </mxCell>
        <mxCell id="In8fDh9ZLN2M87an2Miy-157" parent="1" style="rhombus;whiteSpace=wrap;html=1;" value="200" vertex="1">
          <mxGeometry height="80" width="80" x="2360" y="1115" as="geometry" />
        </mxCell>
        <mxCell id="In8fDh9ZLN2M87an2Miy-164" edge="1" parent="1" source="In8fDh9ZLN2M87an2Miy-161" style="edgeStyle=orthogonalEdgeStyle;rounded=0;orthogonalLoop=1;jettySize=auto;html=1;" target="In8fDh9ZLN2M87an2Miy-162" value="">
          <mxGeometry relative="1" as="geometry" />
        </mxCell>
        <mxCell id="In8fDh9ZLN2M87an2Miy-161" parent="1" style="rounded=0;whiteSpace=wrap;html=1;" value="loan account row lock" vertex="1">
          <mxGeometry height="60" width="145" x="895" y="1125" as="geometry" />
        </mxCell>
        <mxCell id="In8fDh9ZLN2M87an2Miy-165" edge="1" parent="1" source="In8fDh9ZLN2M87an2Miy-162" style="edgeStyle=orthogonalEdgeStyle;rounded=0;orthogonalLoop=1;jettySize=auto;html=1;" target="In8fDh9ZLN2M87an2Miy-12">
          <mxGeometry relative="1" as="geometry" />
        </mxCell>
        <mxCell id="In8fDh9ZLN2M87an2Miy-162" parent="1" style="rounded=0;whiteSpace=wrap;html=1;" value="&lt;span style=&quot;font-weight: 700; text-align: left;&quot;&gt;ROWLOCK - loan_limits.held_amount += amount&lt;/span&gt;" vertex="1">
          <mxGeometry height="60" width="215" x="1120" y="1125" as="geometry" />
        </mxCell>
        <mxCell id="In8fDh9ZLN2M87an2Miy-184" edge="1" parent="1" source="In8fDh9ZLN2M87an2Miy-166" style="edgeStyle=orthogonalEdgeStyle;rounded=0;orthogonalLoop=1;jettySize=auto;html=1;" target="In8fDh9ZLN2M87an2Miy-183" value="">
          <mxGeometry relative="1" as="geometry" />
        </mxCell>
        <mxCell id="In8fDh9ZLN2M87an2Miy-166" parent="1" style="swimlane;fontStyle=0;childLayout=stackLayout;horizontal=1;startSize=30;horizontalStack=0;resizeParent=1;resizeParentMax=0;resizeLast=0;collapsible=1;marginBottom=0;whiteSpace=wrap;html=1;" value="Loan issued" vertex="1">
          <mxGeometry height="150" width="210" x="2590" y="1130" as="geometry" />
        </mxCell>
        <mxCell id="In8fDh9ZLN2M87an2Miy-167" parent="In8fDh9ZLN2M87an2Miy-166" style="text;strokeColor=none;fillColor=none;align=left;verticalAlign=middle;spacingLeft=4;spacingRight=4;overflow=hidden;points=[[0,0.5],[1,0.5]];portConstraint=eastwest;rotatable=0;whiteSpace=wrap;html=1;" value="loan_application = approved" vertex="1">
          <mxGeometry height="30" width="210" y="30" as="geometry" />
        </mxCell>
        <mxCell id="In8fDh9ZLN2M87an2Miy-168" parent="In8fDh9ZLN2M87an2Miy-166" style="text;strokeColor=none;fillColor=none;align=left;verticalAlign=middle;spacingLeft=4;spacingRight=4;overflow=hidden;points=[[0,0.5],[1,0.5]];portConstraint=eastwest;rotatable=0;whiteSpace=wrap;html=1;" value="create loan" vertex="1">
          <mxGeometry height="30" width="210" y="60" as="geometry" />
        </mxCell>
        <mxCell id="In8fDh9ZLN2M87an2Miy-169" parent="In8fDh9ZLN2M87an2Miy-166" style="text;strokeColor=none;fillColor=none;align=left;verticalAlign=middle;spacingLeft=4;spacingRight=4;overflow=hidden;points=[[0,0.5],[1,0.5]];portConstraint=eastwest;rotatable=0;whiteSpace=wrap;html=1;" value="release lock" vertex="1">
          <mxGeometry height="30" width="210" y="90" as="geometry" />
        </mxCell>
        <mxCell id="In8fDh9ZLN2M87an2Miy-191" parent="In8fDh9ZLN2M87an2Miy-166" style="text;strokeColor=none;fillColor=none;align=left;verticalAlign=middle;spacingLeft=4;spacingRight=4;overflow=hidden;points=[[0,0.5],[1,0.5]];portConstraint=eastwest;rotatable=0;whiteSpace=wrap;html=1;" value="processed_at = now" vertex="1">
          <mxGeometry height="30" width="210" y="120" as="geometry" />
        </mxCell>
        <mxCell id="In8fDh9ZLN2M87an2Miy-170" edge="1" parent="1" source="In8fDh9ZLN2M87an2Miy-157" style="edgeStyle=orthogonalEdgeStyle;rounded=0;orthogonalLoop=1;jettySize=auto;html=1;entryX=0.003;entryY=0.156;entryDx=0;entryDy=0;entryPerimeter=0;" target="In8fDh9ZLN2M87an2Miy-166">
          <mxGeometry relative="1" as="geometry" />
        </mxCell>
        <mxCell id="In8fDh9ZLN2M87an2Miy-174" parent="1" style="text;html=1;whiteSpace=wrap;strokeColor=none;fillColor=none;align=center;verticalAlign=middle;rounded=0;" value="&lt;div style=&quot;background-color:#ffffff;color:#080808&quot;&gt;&lt;pre style=&quot;font-family:&#39;JetBrains Mono&#39;,monospace;font-size:9.8pt;&quot;&gt;&lt;span style=&quot;color:#9e880d;&quot;&gt;@Transactional&lt;/span&gt;(propagation = &lt;span style=&quot;color:#000000;&quot;&gt;Propagation&lt;/span&gt;.&lt;span style=&quot;color:#871094;font-style:italic;&quot;&gt;REQUIRES_NEW&lt;/span&gt;)&lt;/pre&gt;&lt;/div&gt;" vertex="1">
          <mxGeometry height="30" width="240" x="1200" y="1010" as="geometry" />
        </mxCell>
        <mxCell id="In8fDh9ZLN2M87an2Miy-175" parent="1" style="whiteSpace=wrap;html=1;" value="Rollback, return error" vertex="1">
          <mxGeometry height="60" width="132.5" x="1851.25" y="1295" as="geometry" />
        </mxCell>
        <mxCell id="In8fDh9ZLN2M87an2Miy-186" edge="1" parent="1" source="In8fDh9ZLN2M87an2Miy-183" style="edgeStyle=orthogonalEdgeStyle;rounded=0;orthogonalLoop=1;jettySize=auto;html=1;" target="In8fDh9ZLN2M87an2Miy-185" value="">
          <mxGeometry relative="1" as="geometry" />
        </mxCell>
        <mxCell id="In8fDh9ZLN2M87an2Miy-187" edge="1" parent="1" source="In8fDh9ZLN2M87an2Miy-183" style="edgeStyle=orthogonalEdgeStyle;rounded=0;orthogonalLoop=1;jettySize=auto;html=1;" target="In8fDh9ZLN2M87an2Miy-105">
          <mxGeometry relative="1" as="geometry">
            <Array as="points">
              <mxPoint x="2995" y="1427" />
            </Array>
          </mxGeometry>
        </mxCell>
+         <mxCell id="In8fDh9ZLN2M87an2Miy-195" connectable="0" parent="In8fDh9ZLN2M87an2Miy-187" style="edgeLabel;html=1;align=center;verticalAlign=middle;resizable=0;points=[];" value="return warning?,&lt;br&gt;row is not scheduler&#39;s task&lt;div&gt;&lt;br&gt;&lt;/div&gt;" vertex="1">
+           <mxGeometry relative="1" x="-0.5656" y="1" as="geometry">
+             <mxPoint as="offset" />
+           </mxGeometry>
+         </mxCell>
        <mxCell id="In8fDh9ZLN2M87an2Miy-183" parent="1" style="rhombus;whiteSpace=wrap;html=1;fontStyle=0;startSize=30;horizontal=1;" value="db transaction success?" vertex="1">
          <mxGeometry height="135" width="130" x="2930" y="1122.5" as="geometry" />
        </mxCell>
        <mxCell id="In8fDh9ZLN2M87an2Miy-185" parent="1" style="whiteSpace=wrap;html=1;fontStyle=0;startSize=30;horizontal=1;" value="return success to client" vertex="1">
          <mxGeometry height="60" width="120" x="3145" y="1160" as="geometry" />
        </mxCell>
        <mxCell id="In8fDh9ZLN2M87an2Miy-189" parent="1" style="text;html=1;whiteSpace=wrap;strokeColor=none;fillColor=none;align=center;verticalAlign=middle;rounded=0;fontSize=26;" value="&lt;div style=&quot;background-color:#ffffff;color:#080808&quot;&gt;&lt;pre style=&quot;font-family: &amp;quot;JetBrains Mono&amp;quot;, monospace;&quot;&gt;&lt;span style=&quot;color:#9e880d;&quot;&gt;@Transactional&lt;/span&gt;(propagation = &lt;span style=&quot;color:#000000;&quot;&gt;Propagation&lt;/span&gt;.&lt;span style=&quot;color:#871094;font-style:italic;&quot;&gt;REQUIRES_NEW&lt;/span&gt;)&lt;/pre&gt;&lt;/div&gt;" vertex="1">
          <mxGeometry height="30" width="240" x="4918.87" y="1265" as="geometry" />
        </mxCell>
      </root>
    </mxGraphModel>
  </diagram>
</mxfile>
